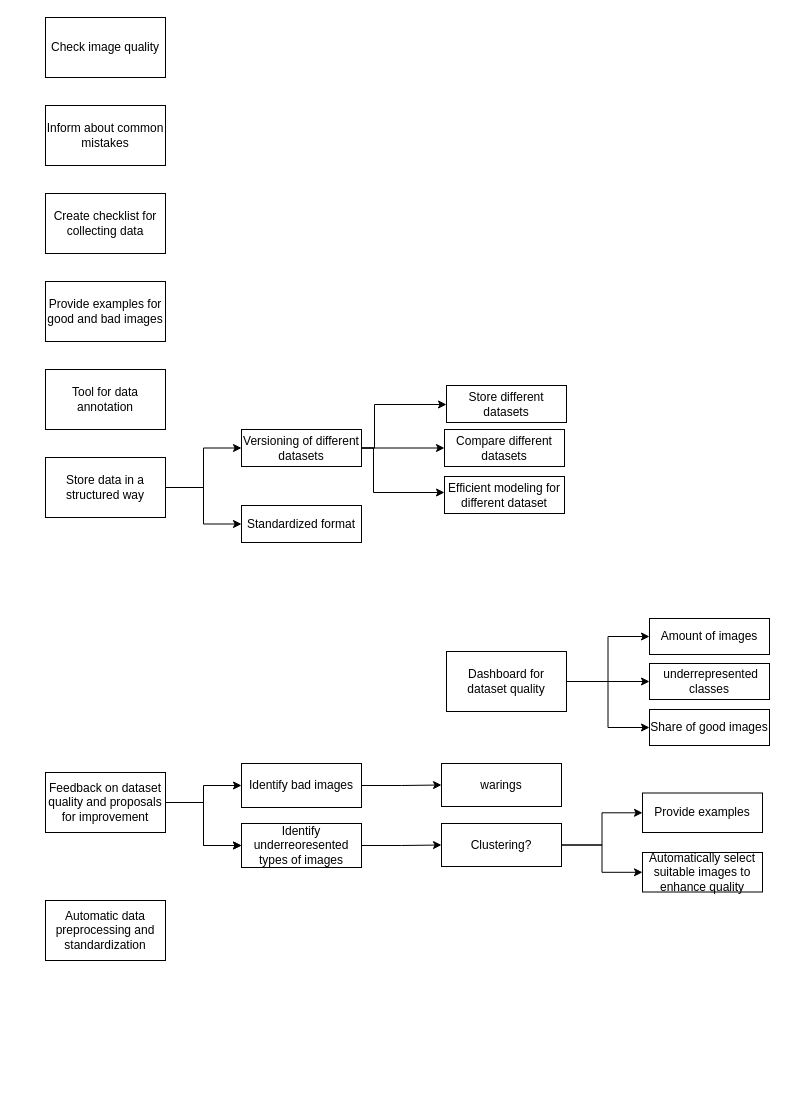
jwiggerthale/Safe_AutoML keeps this draw.io diagram as DataCollection.drawio. Above is the earlier version. Source tidied: cells renumbered, new cells numbered last; positions are measured from the earlier drawing's top-left corner, leaving out a move shared by most shapes. Both pictures are drawn from the tidied source at 100%, with x=0, y=0 at pixel (45, 17).
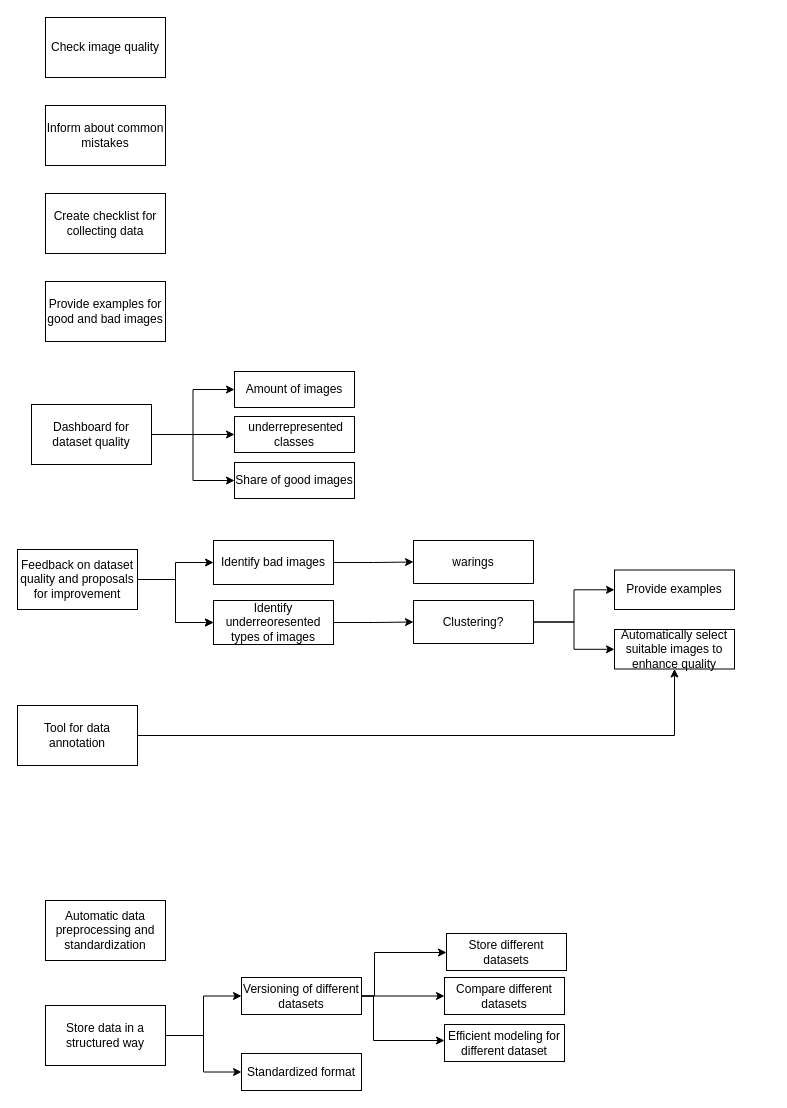
The same page after the edit.

What changed in the source:
```diff
@@
+    <mxCell id="40" style="edgeStyle=orthogonalEdgeStyle;rounded=0;jettySize=auto;html=1;entryX=0.5;entryY=1;entryDx=0;entryDy=0;" parent="1" edge="1" source="6" target="34">
+      <mxGeometry relative="1" as="geometry" />
+    </mxCell>
     <mxCell id="6" value="Tool for data annotation" style="rounded=0;whiteSpace=wrap;html=1;" parent="1" vertex="1">
-      <mxGeometry y="352" width="120" height="60" as="geometry" />
+      <mxGeometry x="-28" y="688" width="120" height="60" as="geometry" />
     </mxCell>
@@
     <mxCell id="9" value="Store data in a structured way" style="rounded=0;whiteSpace=wrap;html=1;" parent="1" vertex="1">
-      <mxGeometry y="440" width="120" height="60" as="geometry" />
+      <mxGeometry y="988" width="120" height="60" as="geometry" />
     </mxCell>
     <mxCell id="10" style="edgeStyle=orthogonalEdgeStyle;rounded=0;jettySize=auto;html=1;" parent="1" edge="1" source="13" target="36">
       <mxGeometry relative="1" as="geometry">
         <Array as="points">
-          <mxPoint x="329" y="431" />
-          <mxPoint x="329" y="387" />
+          <mxPoint x="329" y="979" />
+          <mxPoint x="329" y="935" />
         </Array>
       </mxGeometry>
     </mxCell>
@@
     <mxCell id="12" style="edgeStyle=orthogonalEdgeStyle;rounded=0;jettySize=auto;html=1;" parent="1" edge="1" source="13" target="39">
       <mxGeometry relative="1" as="geometry">
         <Array as="points">
-          <mxPoint x="328" y="431" />
-          <mxPoint x="328" y="475" />
+          <mxPoint x="328" y="979" />
+          <mxPoint x="328" y="1023" />
         </Array>
       </mxGeometry>
     </mxCell>
     <mxCell id="13" value="Versioning of different datasets" style="rounded=0;whiteSpace=wrap;html=1;" parent="1" vertex="1">
-      <mxGeometry x="196" y="412" width="120" height="37" as="geometry" />
+      <mxGeometry x="196" y="960" width="120" height="37" as="geometry" />
     </mxCell>
@@
     <mxCell id="17" value="Dashboard for dataset quality" style="rounded=0;whiteSpace=wrap;html=1;" parent="1" vertex="1">
-      <mxGeometry x="401" y="634" width="120" height="60" as="geometry" />
+      <mxGeometry x="-14" y="387" width="120" height="60" as="geometry" />
     </mxCell>
@@
     <mxCell id="21" value="Feedback on dataset quality and proposals for improvement" style="rounded=0;whiteSpace=wrap;html=1;" parent="1" vertex="1">
-      <mxGeometry y="755" width="120" height="60" as="geometry" />
+      <mxGeometry x="-28" y="532" width="120" height="60" as="geometry" />
     </mxCell>
@@
     <mxCell id="24" value="Identify underreoresented types of images" style="whiteSpace=wrap;html=1;rounded=0;" parent="1" vertex="1">
-      <mxGeometry x="196" y="806" width="120" height="44" as="geometry" />
+      <mxGeometry x="168" y="583" width="120" height="44" as="geometry" />
     </mxCell>
@@
     <mxCell id="27" value="Clustering?" style="whiteSpace=wrap;html=1;rounded=0;" parent="1" vertex="1">
-      <mxGeometry x="396" y="806" width="120" height="43" as="geometry" />
+      <mxGeometry x="368" y="583" width="120" height="43" as="geometry" />
     </mxCell>
@@
     <mxCell id="29" value="Identify bad images" style="whiteSpace=wrap;html=1;rounded=0;" parent="1" vertex="1">
-      <mxGeometry x="196" y="746" width="120" height="44" as="geometry" />
+      <mxGeometry x="168" y="523" width="120" height="44" as="geometry" />
     </mxCell>
     <mxCell id="30" value="warings" style="whiteSpace=wrap;html=1;rounded=0;" parent="1" vertex="1">
-      <mxGeometry x="396" y="746" width="120" height="43" as="geometry" />
+      <mxGeometry x="368" y="523" width="120" height="43" as="geometry" />
     </mxCell>
     <mxCell id="31" value="Provide examples" style="whiteSpace=wrap;html=1;rounded=0;" parent="1" vertex="1">
-      <mxGeometry x="597" y="775.5" width="120" height="39.5" as="geometry" />
+      <mxGeometry x="569" y="552.5" width="120" height="39.5" as="geometry" />
     </mxCell>
     <mxCell id="32" value="Amount of images" style="rounded=0;whiteSpace=wrap;html=1;" parent="1" vertex="1">
-      <mxGeometry x="604" y="601" width="120" height="36" as="geometry" />
+      <mxGeometry x="189" y="354" width="120" height="36" as="geometry" />
     </mxCell>
     <mxCell id="33" value="&amp;nbsp;underrepresented classes" style="rounded=0;whiteSpace=wrap;html=1;" parent="1" vertex="1">
-      <mxGeometry x="604" y="646" width="120" height="36" as="geometry" />
+      <mxGeometry x="189" y="399" width="120" height="36" as="geometry" />
     </mxCell>
     <mxCell id="34" value="Automatically select suitable images to enhance quality" style="whiteSpace=wrap;html=1;rounded=0;" parent="1" vertex="1">
-      <mxGeometry x="597" y="835" width="120" height="39.5" as="geometry" />
+      <mxGeometry x="569" y="612" width="120" height="39.5" as="geometry" />
     </mxCell>
     <mxCell id="35" value="Share of good images" style="rounded=0;whiteSpace=wrap;html=1;" parent="1" vertex="1">
-      <mxGeometry x="604" y="692" width="120" height="36" as="geometry" />
+      <mxGeometry x="189" y="445" width="120" height="36" as="geometry" />
     </mxCell>
     <mxCell id="36" value="Store different datasets" style="whiteSpace=wrap;html=1;rounded=0;" parent="1" vertex="1">
-      <mxGeometry x="401" y="368" width="120" height="37" as="geometry" />
+      <mxGeometry x="401" y="916" width="120" height="37" as="geometry" />
     </mxCell>
     <mxCell id="37" value="Standardized format" style="rounded=0;whiteSpace=wrap;html=1;" parent="1" vertex="1">
-      <mxGeometry x="196" y="488" width="120" height="37" as="geometry" />
+      <mxGeometry x="196" y="1036" width="120" height="37" as="geometry" />
     </mxCell>
     <mxCell id="38" value="Compare different datasets" style="whiteSpace=wrap;html=1;rounded=0;" parent="1" vertex="1">
-      <mxGeometry x="399" y="412" width="120" height="37" as="geometry" />
+      <mxGeometry x="399" y="960" width="120" height="37" as="geometry" />
     </mxCell>
     <mxCell id="39" value="Efficient modeling for different dataset" style="whiteSpace=wrap;html=1;rounded=0;" parent="1" vertex="1">
-      <mxGeometry x="399" y="459" width="120" height="37" as="geometry" />
+      <mxGeometry x="399" y="1007" width="120" height="37" as="geometry" />
     </mxCell>
```
